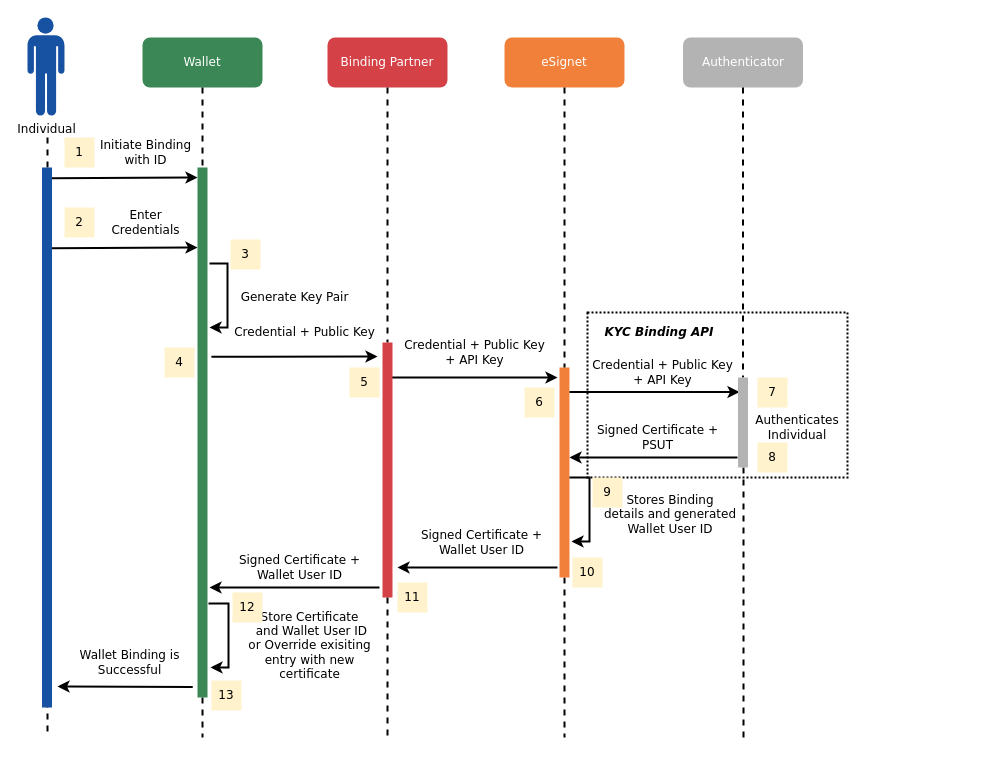
This is page "wallet-binding" (3 of 6) of docs/_files/activity-diagrams.drawio from mosip/documentation, a draw.io file, before an edit. Source tidied: cells renumbered, new cells numbered last; positions are measured from the earlier drawing's top-left corner, leaving out a move shared by most shapes. Both pictures are drawn from the tidied source at 100%, with x=0, y=0 at pixel (27, 17).
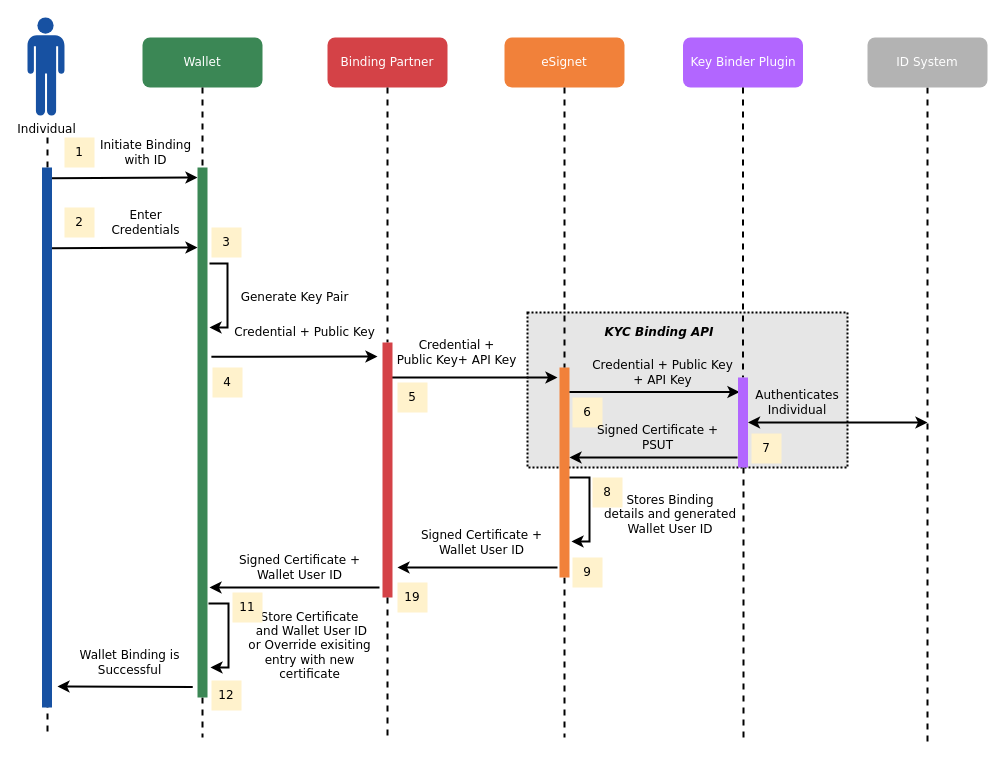
The same page after the edit.

Diff of the diagram source:
```diff
@@
+    <mxCell id="12" style="rounded=0;whiteSpace=wrap;html=1;fontFamily=Verdana;fontColor=#000000;fillColor=#E6E6E6;dashed=1;strokeWidth=2;dashPattern=1 1;" parent="1" vertex="1">
+      <mxGeometry x="500" y="295" width="320" height="155" as="geometry" />
+    </mxCell>
@@
-    <mxCell id="6" value="&lt;font color=&quot;#ffffff&quot;&gt;Authenticator&lt;br&gt;&lt;/font&gt;" style="rounded=1;whiteSpace=wrap;html=1;fillColor=#B3B3B3;strokeColor=none;fontFamily=Verdana;gradientColor=none;" parent="1" vertex="1">
+    <mxCell id="6" value="&lt;font color=&quot;#ffffff&quot;&gt;Key Binder Plugin&lt;br&gt;&lt;/font&gt;" style="rounded=1;whiteSpace=wrap;html=1;fillColor=#B266FF;strokeColor=none;fontFamily=Verdana;gradientColor=none;" parent="1" vertex="1">
       <mxGeometry x="655.5" y="20" width="120" height="50" as="geometry" />
     </mxCell>
@@
     <mxCell id="11" value="&lt;font color=&quot;#000000&quot;&gt;Authenticates Individual&lt;/font&gt;" style="text;html=1;strokeColor=none;fillColor=none;align=center;verticalAlign=middle;whiteSpace=wrap;rounded=0;fontFamily=Verdana;fontColor=#FFFFFF;" parent="1" vertex="1">
-      <mxGeometry x="740" y="395" width="60" height="30" as="geometry" />
+      <mxGeometry x="740" y="370" width="60" height="30" as="geometry" />
     </mxCell>
-    <mxCell id="12" style="rounded=0;whiteSpace=wrap;html=1;fontFamily=Verdana;fontColor=#000000;fillColor=none;dashed=1;strokeWidth=2;dashPattern=1 1;" parent="1" vertex="1">
-      <mxGeometry x="560" y="295" width="260" height="165" as="geometry" />
-    </mxCell>
@@
     <mxCell id="18" value="3" style="text;html=1;strokeColor=none;fillColor=#fff2cc;align=center;verticalAlign=middle;whiteSpace=wrap;rounded=0;dashed=1;strokeWidth=2;fontFamily=Verdana;" parent="1" vertex="1">
-      <mxGeometry x="203" y="222" width="30" height="30" as="geometry" />
+      <mxGeometry x="184" y="210" width="30" height="30" as="geometry" />
     </mxCell>
@@
     <mxCell id="22" value="6" style="text;html=1;strokeColor=none;fillColor=#fff2cc;align=center;verticalAlign=middle;whiteSpace=wrap;rounded=0;dashed=1;strokeWidth=2;fontFamily=Verdana;" parent="1" vertex="1">
-      <mxGeometry x="497" y="370" width="30" height="30" as="geometry" />
+      <mxGeometry x="545" y="380" width="30" height="30" as="geometry" />
     </mxCell>
@@
-    <mxCell id="26" value="10" style="text;html=1;strokeColor=none;fillColor=#fff2cc;align=center;verticalAlign=middle;whiteSpace=wrap;rounded=0;dashed=1;strokeWidth=2;fontFamily=Verdana;" parent="1" vertex="1">
+    <mxCell id="26" value="9" style="text;html=1;strokeColor=none;fillColor=#fff2cc;align=center;verticalAlign=middle;whiteSpace=wrap;rounded=0;dashed=1;strokeWidth=2;fontFamily=Verdana;" parent="1" vertex="1">
       <mxGeometry x="545" y="540" width="30" height="30" as="geometry" />
     </mxCell>
@@
-    <mxCell id="34" value="&lt;font color=&quot;#000000&quot;&gt;Credential + Public Key&lt;br&gt;+ API Key&lt;br&gt;&lt;/font&gt;" style="text;html=1;strokeColor=none;fillColor=none;align=center;verticalAlign=middle;whiteSpace=wrap;rounded=0;fontFamily=Verdana;fontColor=#FFFFFF;" parent="1" vertex="1">
-      <mxGeometry x="370" y="320" width="155" height="30" as="geometry" />
+    <mxCell id="34" value="&lt;font color=&quot;#000000&quot;&gt;Credential + &lt;br&gt;Public Key+ API Key&lt;br&gt;&lt;/font&gt;" style="text;html=1;strokeColor=none;fillColor=none;align=center;verticalAlign=middle;whiteSpace=wrap;rounded=0;fontFamily=Verdana;fontColor=#FFFFFF;" parent="1" vertex="1">
+      <mxGeometry x="362" y="320" width="135" height="30" as="geometry" />
     </mxCell>
@@
+    <mxCell id="61" style="edgeStyle=orthogonalEdgeStyle;rounded=0;jettySize=auto;html=1;exitX=1;exitY=0.5;exitDx=0;exitDy=0;strokeWidth=2;startArrow=classic;startFill=1;" parent="1" edge="1" source="38">
+      <mxGeometry relative="1" as="geometry">
+        <mxPoint x="900" y="405" as="targetPoint" />
+      </mxGeometry>
+    </mxCell>
-    <mxCell id="38" style="rounded=0;whiteSpace=wrap;html=1;fontFamily=Verdana;fontColor=#FFFFFF;fillColor=#B3B3B3;strokeColor=none;" parent="1" vertex="1">
+    <mxCell id="38" style="rounded=0;whiteSpace=wrap;html=1;fontFamily=Verdana;fontColor=#FFFFFF;fillColor=#B266FF;strokeColor=none;" parent="1" vertex="1">
       <mxGeometry x="710.5" y="360" width="10" height="90" as="geometry" />
     </mxCell>
@@
     <mxCell id="51" value="4" style="text;html=1;strokeColor=none;fillColor=#fff2cc;align=center;verticalAlign=middle;whiteSpace=wrap;rounded=0;dashed=1;strokeWidth=2;fontFamily=Verdana;" parent="1" vertex="1">
-      <mxGeometry x="137" y="330" width="30" height="30" as="geometry" />
+      <mxGeometry x="185" y="350" width="30" height="30" as="geometry" />
     </mxCell>
     <mxCell id="52" value="5" style="text;html=1;strokeColor=none;fillColor=#fff2cc;align=center;verticalAlign=middle;whiteSpace=wrap;rounded=0;dashed=1;strokeWidth=2;fontFamily=Verdana;" parent="1" vertex="1">
-      <mxGeometry x="322" y="350" width="30" height="30" as="geometry" />
+      <mxGeometry x="370" y="365" width="30" height="30" as="geometry" />
     </mxCell>
-    <mxCell id="53" value="7" style="text;html=1;strokeColor=none;fillColor=#fff2cc;align=center;verticalAlign=middle;whiteSpace=wrap;rounded=0;dashed=1;strokeWidth=2;fontFamily=Verdana;" parent="1" vertex="1">
-      <mxGeometry x="730" y="360" width="30" height="30" as="geometry" />
-    </mxCell>
-    <mxCell id="54" value="8" style="text;html=1;strokeColor=none;fillColor=#fff2cc;align=center;verticalAlign=middle;whiteSpace=wrap;rounded=0;dashed=1;strokeWidth=2;fontFamily=Verdana;" parent="1" vertex="1">
-      <mxGeometry x="730" y="425" width="30" height="30" as="geometry" />
+    <mxCell id="54" value="7" style="text;html=1;strokeColor=none;fillColor=#fff2cc;align=center;verticalAlign=middle;whiteSpace=wrap;rounded=0;dashed=1;strokeWidth=2;fontFamily=Verdana;" parent="1" vertex="1">
+      <mxGeometry x="724" y="416" width="30" height="30" as="geometry" />
     </mxCell>
-    <mxCell id="55" value="9" style="text;html=1;strokeColor=none;fillColor=#fff2cc;align=center;verticalAlign=middle;whiteSpace=wrap;rounded=0;dashed=1;strokeWidth=2;fontFamily=Verdana;" parent="1" vertex="1">
+    <mxCell id="55" value="8" style="text;html=1;strokeColor=none;fillColor=#fff2cc;align=center;verticalAlign=middle;whiteSpace=wrap;rounded=0;dashed=1;strokeWidth=2;fontFamily=Verdana;" parent="1" vertex="1">
       <mxGeometry x="565" y="460" width="30" height="30" as="geometry" />
     </mxCell>
-    <mxCell id="56" value="11" style="text;html=1;strokeColor=none;fillColor=#fff2cc;align=center;verticalAlign=middle;whiteSpace=wrap;rounded=0;dashed=1;strokeWidth=2;fontFamily=Verdana;" parent="1" vertex="1">
+    <mxCell id="56" value="19" style="text;html=1;strokeColor=none;fillColor=#fff2cc;align=center;verticalAlign=middle;whiteSpace=wrap;rounded=0;dashed=1;strokeWidth=2;fontFamily=Verdana;" parent="1" vertex="1">
       <mxGeometry x="370" y="565" width="30" height="30" as="geometry" />
     </mxCell>
-    <mxCell id="57" value="12" style="text;html=1;strokeColor=none;fillColor=#fff2cc;align=center;verticalAlign=middle;whiteSpace=wrap;rounded=0;dashed=1;strokeWidth=2;fontFamily=Verdana;" parent="1" vertex="1">
+    <mxCell id="57" value="11" style="text;html=1;strokeColor=none;fillColor=#fff2cc;align=center;verticalAlign=middle;whiteSpace=wrap;rounded=0;dashed=1;strokeWidth=2;fontFamily=Verdana;" parent="1" vertex="1">
       <mxGeometry x="205" y="575" width="30" height="30" as="geometry" />
     </mxCell>
-    <mxCell id="58" value="13" style="text;html=1;strokeColor=none;fillColor=#fff2cc;align=center;verticalAlign=middle;whiteSpace=wrap;rounded=0;dashed=1;strokeWidth=2;fontFamily=Verdana;" parent="1" vertex="1">
+    <mxCell id="58" value="12" style="text;html=1;strokeColor=none;fillColor=#fff2cc;align=center;verticalAlign=middle;whiteSpace=wrap;rounded=0;dashed=1;strokeWidth=2;fontFamily=Verdana;" parent="1" vertex="1">
       <mxGeometry x="184" y="663" width="30" height="30" as="geometry" />
     </mxCell>
@@
+    <mxCell id="62" style="edgeStyle=orthogonalEdgeStyle;rounded=0;jettySize=auto;html=1;dashed=1;strokeWidth=2;endArrow=none;endFill=0;" parent="1" edge="1" source="63">
+      <mxGeometry relative="1" as="geometry">
+        <mxPoint x="900" y="724" as="targetPoint" />
+      </mxGeometry>
+    </mxCell>
+    <mxCell id="63" value="&lt;font color=&quot;#ffffff&quot;&gt;ID System&lt;br&gt;&lt;/font&gt;" style="rounded=1;whiteSpace=wrap;html=1;fillColor=#B3B3B3;strokeColor=none;fontFamily=Verdana;gradientColor=none;" parent="1" vertex="1">
+      <mxGeometry x="840" y="20" width="120" height="50" as="geometry" />
+    </mxCell>
```
